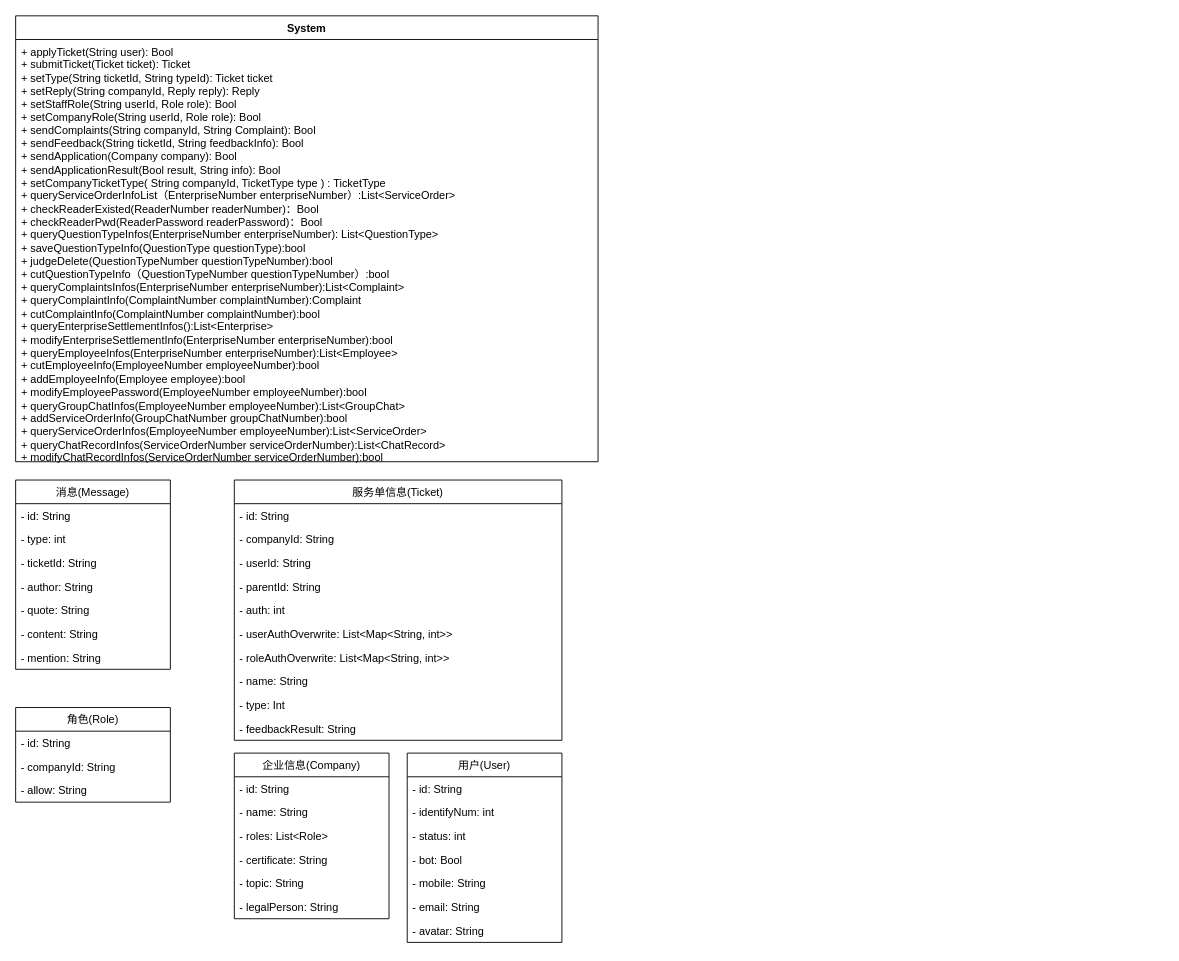
Earlier version of the draw.io diagram page "类图" (1 of 5) of 需求规格说明书/Ishgrina/img/类图.drawio (Isatronia/e-life_TicketManager). Source tidied: cells renumbered, new cells numbered last; positions are measured from the earlier drawing's top-left corner, leaving out a move shared by most shapes. Both pictures are drawn from the tidied source at 91%, with x=0, y=0 at pixel (15, 15).
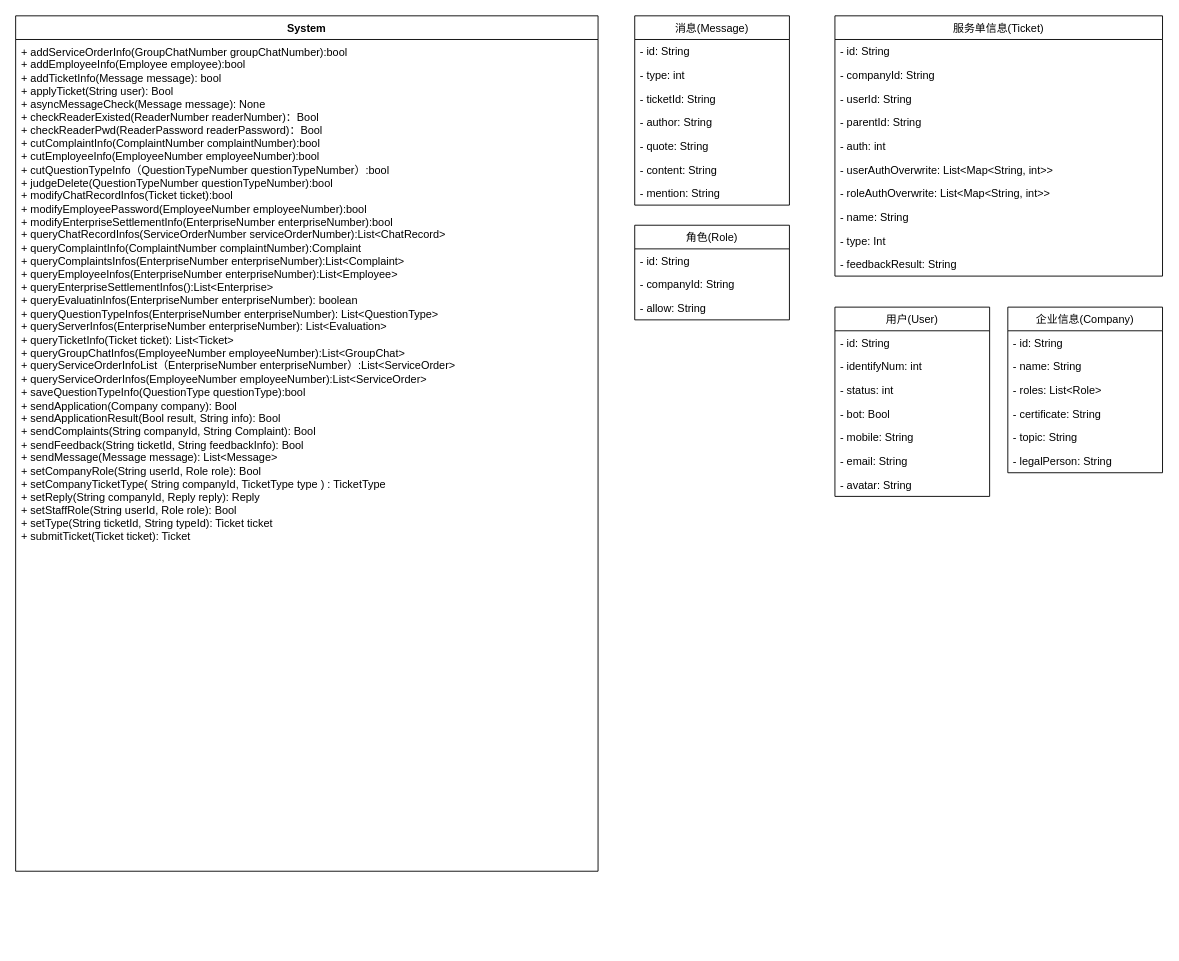
The same page after the edit.

What changed in the source:
```diff
@@
     <mxCell id="2" value="System" style="swimlane;fontStyle=1;align=center;verticalAlign=top;horizontal=1;startSize=26;" parent="1" vertex="1">
-      <mxGeometry x="-0.3" y="-0.1" width="640" height="490" as="geometry" />
+      <mxGeometry x="-0.3" y="-0.1" width="640" height="940" as="geometry" />
     </mxCell>
-    <mxCell id="3" value="+&amp;nbsp;applyTicket(String user): Bool&lt;br&gt;+&amp;nbsp;submitTicket(Ticket ticket): Ticket&lt;br&gt;+&amp;nbsp;setType(String ticketId, String typeId): Ticket ticket&lt;br&gt;+&amp;nbsp;setReply(String companyId, Reply reply): Reply&lt;br&gt;+&amp;nbsp;setStaffRole(String userId, Role role): Bool&lt;br&gt;+ setCompanyRole(String userId, Role role): Bool&lt;br&gt;+&amp;nbsp;sendComplaints(String companyId, String Complaint): Bool&lt;br&gt;+&amp;nbsp;sendFeedback(String ticketId, String feedbackInfo): Bool&lt;br&gt;+&amp;nbsp;sendApplication(Company company): Bool&lt;br&gt;+&amp;nbsp;sendApplicationResult(Bool result, String info): Bool&lt;br&gt;+&amp;nbsp;setCompanyTicketType(&amp;nbsp;String&amp;nbsp;companyId, TicketType type )&amp;nbsp;: TicketType&lt;br&gt;+&amp;nbsp;queryServiceOrderInfoList（EnterpriseNumber enterpriseNumber）:List&amp;lt;ServiceOrder&amp;gt;&lt;br&gt;+&amp;nbsp;checkReaderExisted(ReaderNumber readerNumber)：Bool&lt;br&gt;+&amp;nbsp;checkReaderPwd(ReaderPassword readerPassword)：Bool&lt;br&gt;+ queryQuestionTypeInfos(EnterpriseNumber enterpriseNumber):&amp;nbsp;List&amp;lt;QuestionType&amp;gt;&lt;br&gt;+&amp;nbsp;saveQuestionTypeInfo(QuestionType questionType):bool&lt;br&gt;+&amp;nbsp;judgeDelete(QuestionTypeNumber questionTypeNumber):bool&lt;br&gt;+&amp;nbsp;cutQuestionTypeInfo（QuestionTypeNumber questionTypeNumber）:bool&lt;br&gt;+&amp;nbsp;queryComplaintsInfos(EnterpriseNumber enterpriseNumber):List&amp;lt;Complaint&amp;gt;&lt;br&gt;+&amp;nbsp;queryComplaintInfo(ComplaintNumber complaintNumber):Complaint&lt;br&gt;+&amp;nbsp;cutComplaintInfo(ComplaintNumber complaintNumber):bool&lt;br&gt;+&amp;nbsp;queryEnterpriseSettlementInfos():List&amp;lt;Enterprise&amp;gt;&lt;br&gt;+&amp;nbsp;modifyEnterpriseSettlementInfo(EnterpriseNumber enterpriseNumber):bool&lt;br&gt;+&amp;nbsp;queryEmployeeInfos(EnterpriseNumber enterpriseNumber):List&amp;lt;Employee&amp;gt;&lt;br&gt;+&amp;nbsp;cutEmployeeInfo(EmployeeNumber employeeNumber):bool&lt;br&gt;+&amp;nbsp;addEmployeeInfo(Employee employee):bool&lt;br&gt;+&amp;nbsp;modifyEmployeePassword(EmployeeNumber employeeNumber):bool&lt;br&gt;+&amp;nbsp;queryGroupChatInfos(EmployeeNumber employeeNumber):List&amp;lt;GroupChat&amp;gt;&lt;br&gt;+ addServiceOrderInfo(GroupChatNumber groupChatNumber):bool&lt;br&gt;+&amp;nbsp;queryServiceOrderInfos(EmployeeNumber employeeNumber):List&amp;lt;ServiceOrder&amp;gt;&lt;br&gt;+&amp;nbsp;queryChatRecordInfos(ServiceOrderNumber serviceOrderNumber):List&amp;lt;ChatRecord&amp;gt;&lt;br&gt;+&amp;nbsp;modifyChatRecordInfos(ServiceOrderNumber serviceOrderNumber):bool" style="text;strokeColor=none;fillColor=none;align=left;verticalAlign=top;spacingLeft=4;spacingRight=4;overflow=hidden;html=1;" parent="2" vertex="1">
-      <mxGeometry y="26" width="640" height="464" as="geometry" />
+    <mxCell id="3" value="&lt;div&gt;&lt;div&gt;+ addServiceOrderInfo(GroupChatNumber groupChatNumber):bool&lt;/div&gt;&lt;div&gt;+ addEmployeeInfo(Employee employee):bool&lt;/div&gt;&lt;div&gt;+ addTicketInfo(Message message): bool&lt;/div&gt;&lt;div&gt;+ applyTicket(String user): Bool&lt;/div&gt;&lt;div&gt;+ asyncMessageCheck(Message message): None&lt;/div&gt;&lt;div&gt;+ checkReaderExisted(ReaderNumber readerNumber)：Bool&lt;/div&gt;&lt;div&gt;+ checkReaderPwd(ReaderPassword readerPassword)：Bool&lt;/div&gt;&lt;div&gt;+ cutComplaintInfo(ComplaintNumber complaintNumber):bool&lt;/div&gt;&lt;div&gt;+ cutEmployeeInfo(EmployeeNumber employeeNumber):bool&lt;/div&gt;&lt;div&gt;+ cutQuestionTypeInfo（QuestionTypeNumber questionTypeNumber）:bool&lt;/div&gt;&lt;div&gt;+ judgeDelete(QuestionTypeNumber questionTypeNumber):bool&lt;/div&gt;&lt;div&gt;+ modifyChatRecordInfos(Ticket ticket):bool&lt;/div&gt;&lt;div&gt;+ modifyEmployeePassword(EmployeeNumber employeeNumber):bool&lt;/div&gt;&lt;div&gt;+ modifyEnterpriseSettlementInfo(EnterpriseNumber enterpriseNumber):bool&lt;/div&gt;&lt;div&gt;+ queryChatRecordInfos(ServiceOrderNumber serviceOrderNumber):List&amp;lt;ChatRecord&amp;gt;&lt;/div&gt;&lt;div&gt;+ queryComplaintInfo(ComplaintNumber complaintNumber):Complaint&lt;/div&gt;&lt;div&gt;+ queryComplaintsInfos(EnterpriseNumber enterpriseNumber):List&amp;lt;Complaint&amp;gt;&lt;/div&gt;&lt;div&gt;+ queryEmployeeInfos(EnterpriseNumber enterpriseNumber):List&amp;lt;Employee&amp;gt;&lt;/div&gt;&lt;div&gt;+ queryEnterpriseSettlementInfos():List&amp;lt;Enterprise&amp;gt;&lt;/div&gt;&lt;div&gt;+ queryEvaluatinInfos(EnterpriseNumber enterpriseNumber): boolean&lt;/div&gt;&lt;div&gt;+ queryQuestionTypeInfos(EnterpriseNumber enterpriseNumber): List&amp;lt;QuestionType&amp;gt;&lt;/div&gt;&lt;div&gt;+ queryServerInfos(EnterpriseNumber enterpriseNumber): List&amp;lt;Evaluation&amp;gt;&lt;/div&gt;&lt;div&gt;+ queryTicketInfo(Ticket ticket): List&amp;lt;Ticket&amp;gt;&lt;/div&gt;&lt;div&gt;+ queryGroupChatInfos(EmployeeNumber employeeNumber):List&amp;lt;GroupChat&amp;gt;&lt;/div&gt;&lt;div&gt;+ queryServiceOrderInfoList（EnterpriseNumber enterpriseNumber）:List&amp;lt;ServiceOrder&amp;gt;&lt;/div&gt;&lt;div&gt;+ queryServiceOrderInfos(EmployeeNumber employeeNumber):List&amp;lt;ServiceOrder&amp;gt;&lt;/div&gt;&lt;div&gt;+ saveQuestionTypeInfo(QuestionType questionType):bool&lt;/div&gt;&lt;div&gt;+ sendApplication(Company company): Bool&lt;/div&gt;&lt;div&gt;+ sendApplicationResult(Bool result, String info): Bool&lt;/div&gt;&lt;div&gt;+ sendComplaints(String companyId, String Complaint): Bool&lt;/div&gt;&lt;div&gt;+ sendFeedback(String ticketId, String feedbackInfo): Bool&lt;/div&gt;&lt;div&gt;+ sendMessage(Message message): List&amp;lt;Message&amp;gt;&lt;/div&gt;&lt;div&gt;+ setCompanyRole(String userId, Role role): Bool&lt;/div&gt;&lt;div&gt;+ setCompanyTicketType( String companyId, TicketType type ) : TicketType&lt;/div&gt;&lt;div&gt;+ setReply(String companyId, Reply reply): Reply&lt;/div&gt;&lt;div&gt;+ setStaffRole(String userId, Role role): Bool&lt;/div&gt;&lt;div&gt;+ setType(String ticketId, String typeId): Ticket ticket&lt;/div&gt;&lt;div&gt;+ submitTicket(Ticket ticket): Ticket&lt;/div&gt;&lt;/div&gt;&lt;div&gt;&lt;br&gt;&lt;/div&gt;" style="text;strokeColor=none;fillColor=none;align=left;verticalAlign=top;spacingLeft=4;spacingRight=4;overflow=hidden;html=1;" parent="2" vertex="1">
+      <mxGeometry y="26" width="640" height="914" as="geometry" />
     </mxCell>
     <mxCell id="4" value="服务单信息(Ticket)" style="swimlane;fontStyle=0;horizontal=1;startSize=26;fillColor=none;html=0;" parent="1" vertex="1">
-      <mxGeometry x="240" y="510" width="360" height="286" as="geometry" />
+      <mxGeometry x="900" y="-0.1" width="360" height="286" as="geometry" />
     </mxCell>
@@
     <mxCell id="15" value="消息(Message)" style="swimlane;fontStyle=0;horizontal=1;startSize=26;fillColor=none;html=0;" parent="1" vertex="1">
-      <mxGeometry x="-0.3" y="510" width="170" height="208" as="geometry" />
+      <mxGeometry x="680" y="-0.1" width="170" height="208" as="geometry" />
     </mxCell>
@@
     <mxCell id="23" value="企业信息(Company)" style="swimlane;fontStyle=0;horizontal=1;startSize=26;fillColor=none;html=0;" parent="1" vertex="1">
-      <mxGeometry x="240" y="810.1" width="170" height="182" as="geometry" />
+      <mxGeometry x="1090" y="320" width="170" height="182" as="geometry" />
     </mxCell>
@@
     <mxCell id="30" value="角色(Role)" style="swimlane;fontStyle=0;horizontal=1;startSize=26;fillColor=none;html=0;" parent="1" vertex="1">
-      <mxGeometry x="-0.3" y="760" width="170" height="104" as="geometry" />
+      <mxGeometry x="680" y="230" width="170" height="104" as="geometry" />
     </mxCell>
@@
     <mxCell id="34" value="用户(User)" style="swimlane;fontStyle=0;horizontal=1;startSize=26;fillColor=none;html=0;" parent="1" vertex="1">
-      <mxGeometry x="430" y="810.1" width="170" height="208" as="geometry" />
+      <mxGeometry x="900" y="320" width="170" height="208" as="geometry" />
     </mxCell>
```
